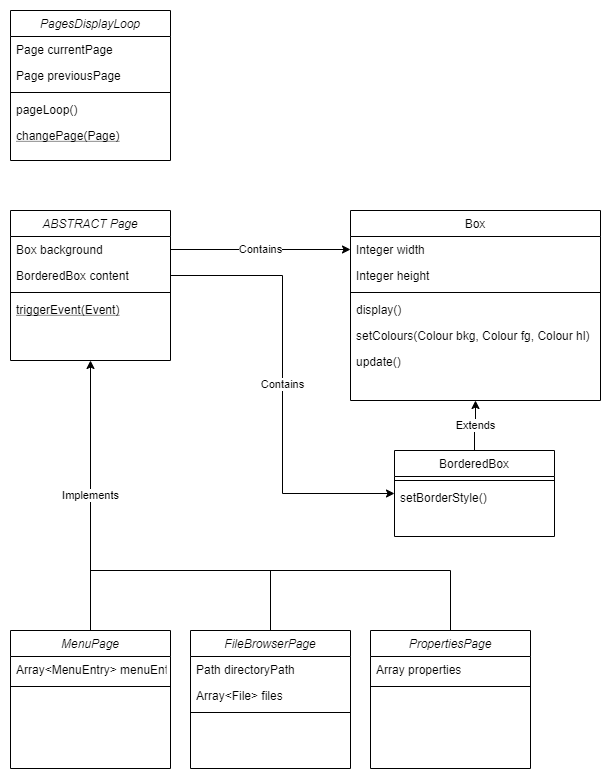
Earlier version of the draw.io export CMD-Pages_Design.png (DanielJShen/CMD-Pages). Source tidied: cells renumbered, new cells last; positions are measured from the earlier drawing's top-left corner, leaving out a move shared by most shapes.
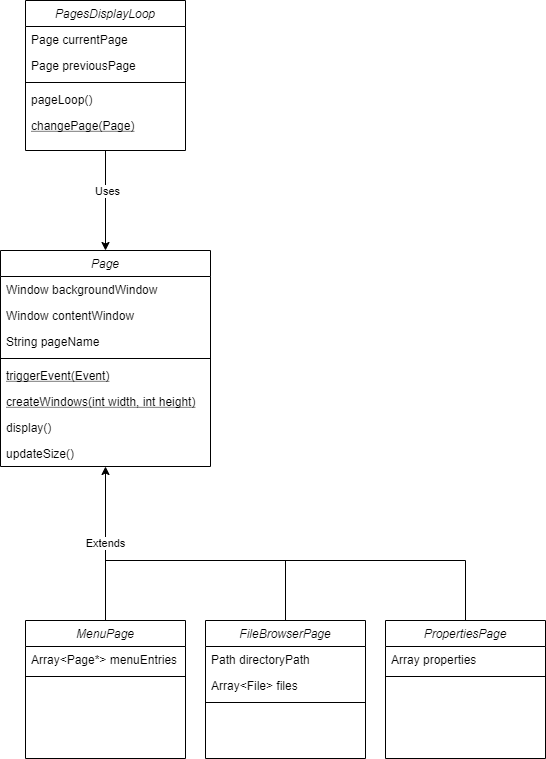
Later version of the same file.

The edit, as a diff of the source:
```diff
@@ -1,40 +1,35 @@
 <mxGraphModel>
   <root>
-    <mxCell id="0" />
-    <mxCell id="1" parent="0" />
+    <mxCell id="39" />
+    <mxCell id="40" parent="39" />
-    <mxCell id="2" value="Extends" style="edgeStyle=orthogonalEdgeStyle;rounded=0;jettySize=auto;html=1;exitX=0.5;exitY=0;exitDx=0;exitDy=0;entryX=0.5;entryY=1;entryDx=0;entryDy=0;" parent="1" edge="1" source="26" target="19">
+    <mxCell id="2" value="Extends" style="edgeStyle=orthogonalEdgeStyle;rounded=0;jettySize=auto;html=1;exitX=0.5;exitY=0;exitDx=0;exitDy=0;entryX=0.5;entryY=1;entryDx=0;entryDy=0;fontSize=11;" parent="40" edge="1" source="29" target="46">
       <mxGeometry relative="1" as="geometry" />
     </mxCell>
-    <mxCell id="3" value="Contains" style="edgeStyle=orthogonalEdgeStyle;rounded=0;jettySize=auto;html=1;exitX=1;exitY=0.5;exitDx=0;exitDy=0;entryX=0;entryY=0.5;entryDx=0;entryDy=0;" parent="1" edge="1" source="15">
-      <mxGeometry relative="1" as="geometry">
-        <mxPoint x="340" y="239" as="targetPoint" />
-      </mxGeometry>
-    </mxCell>
-    <mxCell id="4" value="Contains" style="edgeStyle=orthogonalEdgeStyle;rounded=0;jettySize=auto;html=1;exitX=1;exitY=0.5;exitDx=0;exitDy=0;entryX=0;entryY=0.5;entryDx=0;entryDy=0;" parent="1" edge="1" source="16" target="26">
-      <mxGeometry relative="1" as="geometry" />
-    </mxCell>
-    <mxCell id="5" value="Implements" style="edgeStyle=orthogonalEdgeStyle;rounded=0;jettySize=auto;html=1;exitX=0.5;exitY=0;exitDx=0;exitDy=0;entryX=0.5;entryY=1;entryDx=0;entryDy=0;fontSize=11;" parent="1" edge="1" source="29" target="14">
-      <mxGeometry relative="1" as="geometry" />
-    </mxCell>
-    <mxCell id="6" style="edgeStyle=orthogonalEdgeStyle;rounded=0;jettySize=auto;html=1;exitX=0.5;exitY=0;exitDx=0;exitDy=0;fontSize=11;endArrow=none;endFill=0;" parent="1" edge="1" source="32">
-      <mxGeometry relative="1" as="geometry">
-        <mxPoint x="80" y="560" as="targetPoint" />
-        <Array as="points">
-          <mxPoint x="260" y="560" />
-          <mxPoint x="80" y="560" />
-        </Array>
-      </mxGeometry>
-    </mxCell>
-    <mxCell id="7" style="edgeStyle=orthogonalEdgeStyle;rounded=0;jettySize=auto;html=1;exitX=0.5;exitY=0;exitDx=0;exitDy=0;fontSize=11;endArrow=none;endFill=0;" parent="1" edge="1" source="36">
-      <mxGeometry relative="1" as="geometry">
-        <mxPoint x="80" y="560" as="targetPoint" />
-        <Array as="points">
-          <mxPoint x="440" y="560" />
-          <mxPoint x="80" y="560" />
-        </Array>
-      </mxGeometry>
-    </mxCell>
+    <mxCell id="41" style="edgeStyle=orthogonalEdgeStyle;rounded=0;jettySize=auto;html=1;exitX=0.5;exitY=0;exitDx=0;exitDy=0;fontSize=11;endArrow=none;endFill=0;" parent="40" edge="1" source="32">
+      <mxGeometry relative="1" as="geometry">
+        <mxPoint x="80" y="560" as="targetPoint" />
+        <Array as="points">
+          <mxPoint x="260" y="560" />
+          <mxPoint x="80" y="560" />
+        </Array>
+      </mxGeometry>
+    </mxCell>
+    <mxCell id="42" style="edgeStyle=orthogonalEdgeStyle;rounded=0;jettySize=auto;html=1;exitX=0.5;exitY=0;exitDx=0;exitDy=0;fontSize=11;endArrow=none;endFill=0;" parent="40" edge="1" source="36">
+      <mxGeometry relative="1" as="geometry">
+        <mxPoint x="80" y="560" as="targetPoint" />
+        <Array as="points">
+          <mxPoint x="440" y="560" />
+          <mxPoint x="80" y="560" />
+        </Array>
+      </mxGeometry>
+    </mxCell>
+    <mxCell id="43" style="edgeStyle=orthogonalEdgeStyle;rounded=0;jettySize=auto;html=1;exitX=0.5;exitY=1;exitDx=0;exitDy=0;entryX=0.5;entryY=0;entryDx=0;entryDy=0;" parent="40" edge="1" source="8" target="46">
+      <mxGeometry relative="1" as="geometry" />
+    </mxCell>
+    <mxCell id="44" value="Uses" style="edgeLabel;html=1;align=center;verticalAlign=middle;" parent="43" vertex="1">
+      <mxGeometry x="-0.2" y="1" relative="1" as="geometry" />
+    </mxCell>
-    <mxCell id="8" value="PagesDisplayLoop" style="swimlane;fontStyle=2;align=center;verticalAlign=top;horizontal=1;startSize=26;rounded=0;shadow=0;strokeWidth=1;" parent="1" vertex="1">
+    <mxCell id="8" value="PagesDisplayLoop" style="swimlane;fontStyle=2;align=center;verticalAlign=top;horizontal=1;startSize=26;rounded=0;shadow=0;strokeWidth=1;" parent="40" vertex="1">
       <mxGeometry width="160" height="150" as="geometry" />
     </mxCell>
     <mxCell id="9" value="Page currentPage" style="text;align=left;verticalAlign=top;spacingLeft=4;spacingRight=4;overflow=hidden;" parent="8" vertex="1">
@@ -43,70 +38,52 @@
     <mxCell id="10" value="Page previousPage" style="text;align=left;verticalAlign=top;spacingLeft=4;spacingRight=4;overflow=hidden;" parent="8" vertex="1">
       <mxGeometry y="52" width="160" height="26" as="geometry" />
     </mxCell>
-    <mxCell id="11" style="line;html=1;strokeWidth=1;align=left;verticalAlign=middle;spacingTop=-1;spacingLeft=3;spacingRight=3;labelPosition=right;" parent="8" vertex="1">
-      <mxGeometry y="78" width="160" height="8" as="geometry" />
-    </mxCell>
+    <mxCell id="45" style="line;html=1;strokeWidth=1;align=left;verticalAlign=middle;spacingTop=-1;spacingLeft=3;spacingRight=3;labelPosition=right;" parent="8" vertex="1">
+      <mxGeometry y="78" width="160" height="8" as="geometry" />
+    </mxCell>
     <mxCell id="12" value="pageLoop()" style="text;align=left;verticalAlign=top;spacingLeft=4;spacingRight=4;overflow=hidden;" parent="8" vertex="1">
       <mxGeometry y="86" width="160" height="26" as="geometry" />
     </mxCell>
     <mxCell id="13" value="changePage(Page)" style="text;align=left;verticalAlign=top;spacingLeft=4;spacingRight=4;overflow=hidden;fontStyle=4;" parent="8" vertex="1">
       <mxGeometry y="112" width="160" height="26" as="geometry" />
     </mxCell>
-    <mxCell id="14" value="ABSTRACT Page" style="swimlane;fontStyle=2;align=center;verticalAlign=top;horizontal=1;startSize=26;rounded=0;shadow=0;strokeWidth=1;" parent="1" vertex="1">
-      <mxGeometry y="200" width="160" height="150" as="geometry" />
-    </mxCell>
-    <mxCell id="15" value="Box background" style="text;align=left;verticalAlign=top;spacingLeft=4;spacingRight=4;overflow=hidden;points=[[0,0.5],[1,0.5]];portConstraint=eastwest;" parent="14" vertex="1">
-      <mxGeometry y="26" width="160" height="26" as="geometry" />
-    </mxCell>
-    <mxCell id="16" value="BorderedBox content" style="text;align=left;verticalAlign=top;spacingLeft=4;spacingRight=4;overflow=hidden;points=[[0,0.5],[1,0.5]];portConstraint=eastwest;" parent="14" vertex="1">
-      <mxGeometry y="52" width="160" height="26" as="geometry" />
-    </mxCell>
-    <mxCell id="17" style="line;html=1;strokeWidth=1;align=left;verticalAlign=middle;spacingTop=-1;spacingLeft=3;spacingRight=3;labelPosition=right;" parent="14" vertex="1">
-      <mxGeometry y="78" width="160" height="8" as="geometry" />
-    </mxCell>
+    <mxCell id="46" value="Page" style="swimlane;fontStyle=2;align=center;verticalAlign=top;horizontal=1;startSize=26;rounded=0;shadow=0;strokeWidth=1;" parent="40" vertex="1">
+      <mxGeometry x="-25" y="250" width="210" height="216" as="geometry" />
+    </mxCell>
+    <mxCell id="47" value="Window backgroundWindow" style="text;align=left;verticalAlign=top;spacingLeft=4;spacingRight=4;overflow=hidden;" parent="46" vertex="1">
+      <mxGeometry y="26" width="210" height="26" as="geometry" />
+    </mxCell>
+    <mxCell id="48" value="Window contentWindow" style="text;align=left;verticalAlign=top;spacingLeft=4;spacingRight=4;overflow=hidden;" parent="46" vertex="1">
+      <mxGeometry y="52" width="210" height="26" as="geometry" />
+    </mxCell>
+    <mxCell id="49" value="String pageName" style="text;align=left;verticalAlign=top;spacingLeft=4;spacingRight=4;overflow=hidden;" parent="46" vertex="1">
+      <mxGeometry y="78" width="210" height="26" as="geometry" />
+    </mxCell>
+    <mxCell id="50" style="line;html=1;strokeWidth=1;align=left;verticalAlign=middle;spacingTop=-1;spacingLeft=3;spacingRight=3;labelPosition=right;" parent="46" vertex="1">
+      <mxGeometry y="104" width="210" height="8" as="geometry" />
+    </mxCell>
-    <mxCell id="18" value="triggerEvent(Event)" style="text;align=left;verticalAlign=top;spacingLeft=4;spacingRight=4;overflow=hidden;fontStyle=4;" parent="14" vertex="1">
-      <mxGeometry y="86" width="160" height="26" as="geometry" />
+    <mxCell id="18" value="triggerEvent(Event)" style="text;align=left;verticalAlign=top;spacingLeft=4;spacingRight=4;overflow=hidden;fontStyle=4;" parent="46" vertex="1">
+      <mxGeometry y="112" width="210" height="26" as="geometry" />
     </mxCell>
-    <mxCell id="19" value="Box" style="swimlane;fontStyle=0;align=center;verticalAlign=top;horizontal=1;startSize=26;rounded=0;shadow=0;strokeWidth=1;" parent="1" vertex="1">
-      <mxGeometry x="340" y="200" width="250" height="190" as="geometry" />
-    </mxCell>
-    <mxCell id="20" value="Integer width" style="text;align=left;verticalAlign=top;spacingLeft=4;spacingRight=4;overflow=hidden;rounded=0;shadow=0;html=0;" parent="19" vertex="1">
-      <mxGeometry y="26" width="250" height="26" as="geometry" />
-    </mxCell>
-    <mxCell id="21" value="Integer height" style="text;align=left;verticalAlign=top;spacingLeft=4;spacingRight=4;overflow=hidden;rounded=0;shadow=0;html=0;" parent="19" vertex="1">
-      <mxGeometry y="52" width="250" height="26" as="geometry" />
-    </mxCell>
-    <mxCell id="22" style="line;html=1;strokeWidth=1;align=left;verticalAlign=middle;spacingTop=-1;spacingLeft=3;spacingRight=3;labelPosition=right;" parent="19" vertex="1">
-      <mxGeometry y="78" width="250" height="8" as="geometry" />
-    </mxCell>
+    <mxCell id="51" value="createWindows(int width, int height)" style="text;align=left;verticalAlign=top;spacingLeft=4;spacingRight=4;overflow=hidden;fontStyle=4;" parent="46" vertex="1">
+      <mxGeometry y="138" width="210" height="26" as="geometry" />
+    </mxCell>
-    <mxCell id="23" value="display()" style="text;align=left;verticalAlign=top;spacingLeft=4;spacingRight=4;overflow=hidden;" parent="19" vertex="1">
-      <mxGeometry y="86" width="250" height="26" as="geometry" />
+    <mxCell id="23" value="display()" style="text;align=left;verticalAlign=top;spacingLeft=4;spacingRight=4;overflow=hidden;" parent="46" vertex="1">
+      <mxGeometry y="164" width="210" height="26" as="geometry" />
     </mxCell>
-    <mxCell id="24" value="setColours(Colour bkg, Colour fg, Colour hl)" style="text;align=left;verticalAlign=top;spacingLeft=4;spacingRight=4;overflow=hidden;" parent="19" vertex="1">
-      <mxGeometry y="112" width="250" height="26" as="geometry" />
-    </mxCell>
-    <mxCell id="25" value="update()" style="text;align=left;verticalAlign=top;spacingLeft=4;spacingRight=4;overflow=hidden;" parent="19" vertex="1">
-      <mxGeometry y="138" width="250" height="26" as="geometry" />
-    </mxCell>
-    <mxCell id="26" value="BorderedBox" style="swimlane;fontStyle=0;align=center;verticalAlign=top;horizontal=1;startSize=26;rounded=0;shadow=0;strokeWidth=1;" parent="1" vertex="1">
-      <mxGeometry x="384" y="440" width="160" height="86" as="geometry" />
-    </mxCell>
-    <mxCell id="27" style="line;html=1;strokeWidth=1;align=left;verticalAlign=middle;spacingTop=-1;spacingLeft=3;spacingRight=3;labelPosition=right;" parent="26" vertex="1">
-      <mxGeometry y="26" width="160" height="8" as="geometry" />
-    </mxCell>
-    <mxCell id="28" value="setBorderStyle()" style="text;align=left;verticalAlign=top;spacingLeft=4;spacingRight=4;overflow=hidden;" parent="26" vertex="1">
-      <mxGeometry y="34" width="160" height="26" as="geometry" />
-    </mxCell>
+    <mxCell id="52" value="updateSize()" style="text;align=left;verticalAlign=top;spacingLeft=4;spacingRight=4;overflow=hidden;" parent="46" vertex="1">
+      <mxGeometry y="190" width="210" height="26" as="geometry" />
+    </mxCell>
-    <mxCell id="29" value="MenuPage" style="swimlane;fontStyle=2;align=center;verticalAlign=top;horizontal=1;startSize=26;rounded=0;shadow=0;strokeWidth=1;" parent="1" vertex="1">
+    <mxCell id="29" value="MenuPage" style="swimlane;fontStyle=2;align=center;verticalAlign=top;horizontal=1;startSize=26;rounded=0;shadow=0;strokeWidth=1;" parent="40" vertex="1">
       <mxGeometry y="620" width="160" height="138" as="geometry" />
     </mxCell>
-    <mxCell id="30" value="Array&lt;MenuEntry&gt; menuEntries" style="text;align=left;verticalAlign=top;spacingLeft=4;spacingRight=4;overflow=hidden;" parent="29" vertex="1">
+    <mxCell id="30" value="Array&lt;Page*&gt; menuEntries" style="text;align=left;verticalAlign=top;spacingLeft=4;spacingRight=4;overflow=hidden;" parent="29" vertex="1">
       <mxGeometry y="26" width="160" height="26" as="geometry" />
     </mxCell>
-    <mxCell id="31" style="line;html=1;strokeWidth=1;align=left;verticalAlign=middle;spacingTop=-1;spacingLeft=3;spacingRight=3;labelPosition=right;" parent="29" vertex="1">
-      <mxGeometry y="52" width="160" height="8" as="geometry" />
-    </mxCell>
+    <mxCell id="53" style="line;html=1;strokeWidth=1;align=left;verticalAlign=middle;spacingTop=-1;spacingLeft=3;spacingRight=3;labelPosition=right;" parent="29" vertex="1">
+      <mxGeometry y="52" width="160" height="8" as="geometry" />
+    </mxCell>
-    <mxCell id="32" value="FileBrowserPage" style="swimlane;fontStyle=2;align=center;verticalAlign=top;horizontal=1;startSize=26;rounded=0;shadow=0;strokeWidth=1;" parent="1" vertex="1">
+    <mxCell id="32" value="FileBrowserPage" style="swimlane;fontStyle=2;align=center;verticalAlign=top;horizontal=1;startSize=26;rounded=0;shadow=0;strokeWidth=1;" parent="40" vertex="1">
       <mxGeometry x="180" y="620" width="160" height="138" as="geometry" />
     </mxCell>
     <mxCell id="33" value="Path directoryPath" style="text;align=left;verticalAlign=top;spacingLeft=4;spacingRight=4;overflow=hidden;" parent="32" vertex="1">
@@ -115,17 +92,17 @@
     <mxCell id="34" value="Array&lt;File&gt; files" style="text;align=left;verticalAlign=top;spacingLeft=4;spacingRight=4;overflow=hidden;" parent="32" vertex="1">
       <mxGeometry y="52" width="160" height="26" as="geometry" />
     </mxCell>
-    <mxCell id="35" style="line;html=1;strokeWidth=1;align=left;verticalAlign=middle;spacingTop=-1;spacingLeft=3;spacingRight=3;labelPosition=right;" parent="32" vertex="1">
-      <mxGeometry y="78" width="160" height="8" as="geometry" />
-    </mxCell>
+    <mxCell id="54" style="line;html=1;strokeWidth=1;align=left;verticalAlign=middle;spacingTop=-1;spacingLeft=3;spacingRight=3;labelPosition=right;" parent="32" vertex="1">
+      <mxGeometry y="78" width="160" height="8" as="geometry" />
+    </mxCell>
-    <mxCell id="36" value="PropertiesPage" style="swimlane;fontStyle=2;align=center;verticalAlign=top;horizontal=1;startSize=26;rounded=0;shadow=0;strokeWidth=1;" parent="1" vertex="1">
+    <mxCell id="36" value="PropertiesPage" style="swimlane;fontStyle=2;align=center;verticalAlign=top;horizontal=1;startSize=26;rounded=0;shadow=0;strokeWidth=1;" parent="40" vertex="1">
       <mxGeometry x="360" y="620" width="160" height="138" as="geometry" />
     </mxCell>
     <mxCell id="37" value="Array properties" style="text;align=left;verticalAlign=top;spacingLeft=4;spacingRight=4;overflow=hidden;" parent="36" vertex="1">
       <mxGeometry y="26" width="160" height="26" as="geometry" />
     </mxCell>
-    <mxCell id="38" style="line;html=1;strokeWidth=1;align=left;verticalAlign=middle;spacingTop=-1;spacingLeft=3;spacingRight=3;labelPosition=right;" parent="36" vertex="1">
-      <mxGeometry y="52" width="160" height="8" as="geometry" />
-    </mxCell>
+    <mxCell id="55" style="line;html=1;strokeWidth=1;align=left;verticalAlign=middle;spacingTop=-1;spacingLeft=3;spacingRight=3;labelPosition=right;" parent="36" vertex="1">
+      <mxGeometry y="52" width="160" height="8" as="geometry" />
+    </mxCell>
   </root>
 </mxGraphModel>
```
